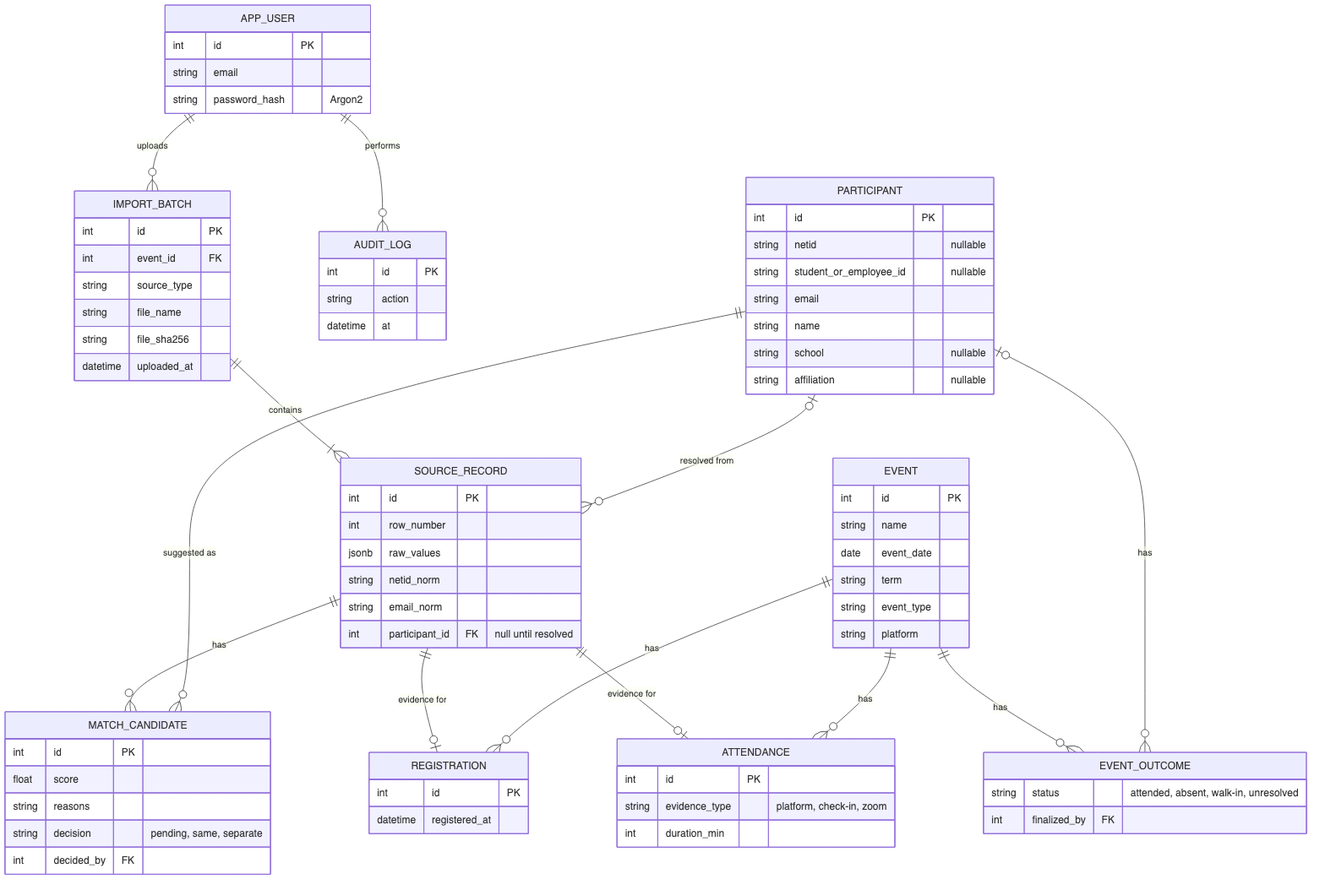
Earlier version of the Mermaid export assignment/SWE276P/assignment/assignment1/diagrams/data-model.png (eric-song-dev/SWE277P). Its source is kept beside it as assignment/SWE276P/assignment/assignment1/diagrams/data-model.mmd. The source it was exported from:
```mermaid
erDiagram
    APP_USER ||--o{ IMPORT_BATCH : uploads
    APP_USER ||--o{ AUDIT_LOG : performs
    IMPORT_BATCH ||--|{ SOURCE_RECORD : contains
    PARTICIPANT |o--o{ SOURCE_RECORD : "resolved from"
    SOURCE_RECORD ||--o{ MATCH_CANDIDATE : "has"
    PARTICIPANT ||--o{ MATCH_CANDIDATE : "suggested as"
    SOURCE_RECORD ||--o| REGISTRATION : "evidence for"
    SOURCE_RECORD ||--o| ATTENDANCE : "evidence for"
    EVENT ||--o{ REGISTRATION : has
    EVENT ||--o{ ATTENDANCE : has
    EVENT ||--o{ EVENT_OUTCOME : has
    PARTICIPANT |o--o{ EVENT_OUTCOME : has

    APP_USER {
        int id PK
        string email
        string password_hash "Argon2"
    }
    IMPORT_BATCH {
        int id PK
        int event_id FK
        string source_type
        string file_name
        string file_sha256
        datetime uploaded_at
    }
    SOURCE_RECORD {
        int id PK
        int row_number
        jsonb raw_values
        string netid_norm
        string email_norm
        int participant_id FK "null until resolved"
    }
    PARTICIPANT {
        int id PK
        string netid "nullable"
        string student_or_employee_id "nullable"
        string email
        string name
        string school "nullable"
        string affiliation "nullable"
    }
    MATCH_CANDIDATE {
        int id PK
        float score
        string reasons
        string decision "pending, same, separate"
        int decided_by FK
    }
    EVENT {
        int id PK
        string name
        date event_date
        string term
        string event_type
        string platform
    }
    REGISTRATION {
        int id PK
        datetime registered_at
    }
    ATTENDANCE {
        int id PK
        string evidence_type "platform, check-in, zoom"
        int duration_min
    }
    EVENT_OUTCOME {
        string status "attended, absent, walk-in, unresolved"
        int finalized_by FK
    }
    AUDIT_LOG {
        int id PK
        string action
        datetime at
    }
```
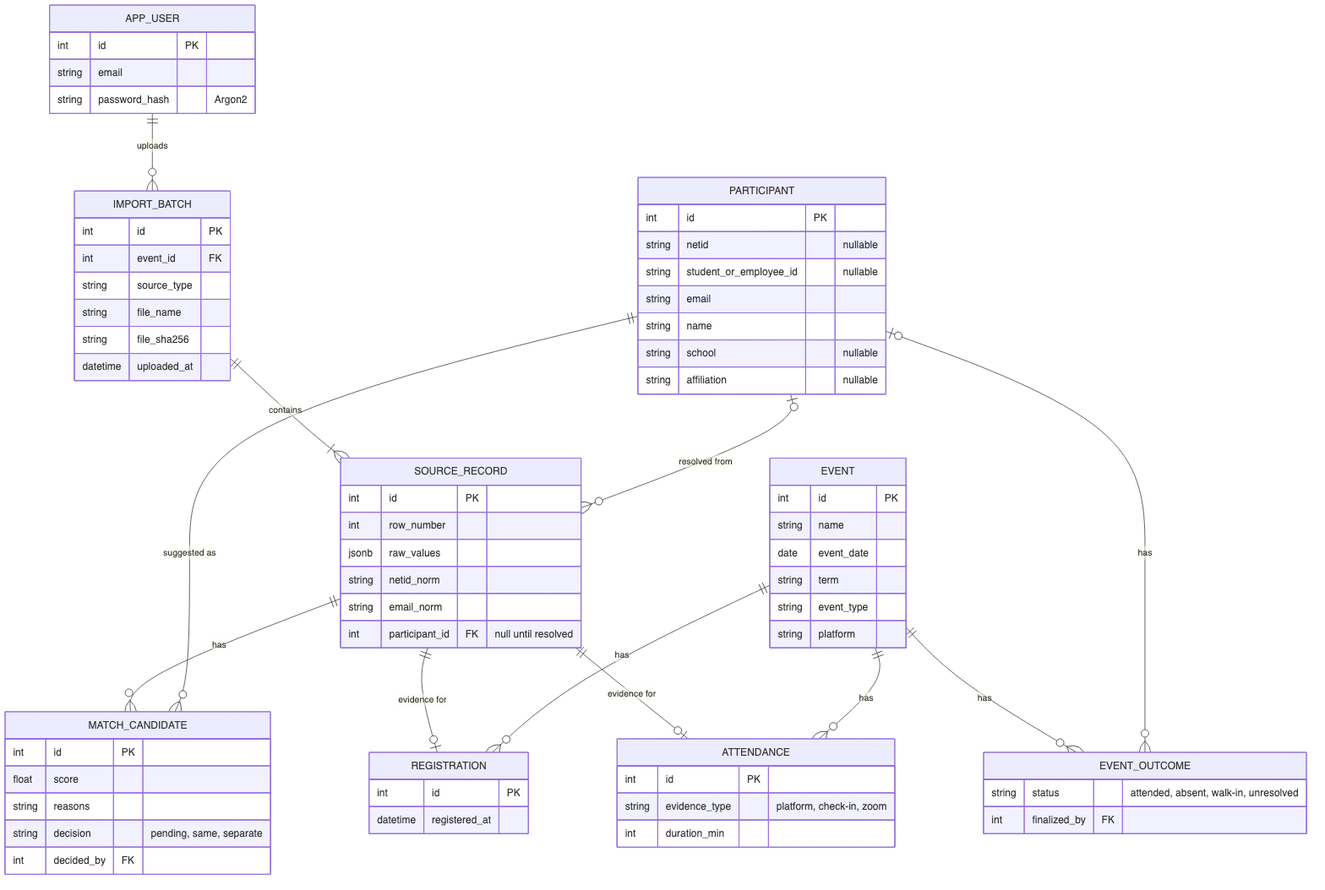
After the commit.

The edit, as a diff of the source:
```diff
@@ -1,6 +1,5 @@
 erDiagram
     APP_USER ||--o{ IMPORT_BATCH : uploads
-    APP_USER ||--o{ AUDIT_LOG : performs
     IMPORT_BATCH ||--|{ SOURCE_RECORD : contains
     PARTICIPANT |o--o{ SOURCE_RECORD : "resolved from"
     SOURCE_RECORD ||--o{ MATCH_CANDIDATE : "has"
@@ -70,8 +69,3 @@
         string status "attended, absent, walk-in, unresolved"
         int finalized_by FK
     }
-    AUDIT_LOG {
-        int id PK
-        string action
-        datetime at
-    }
```
